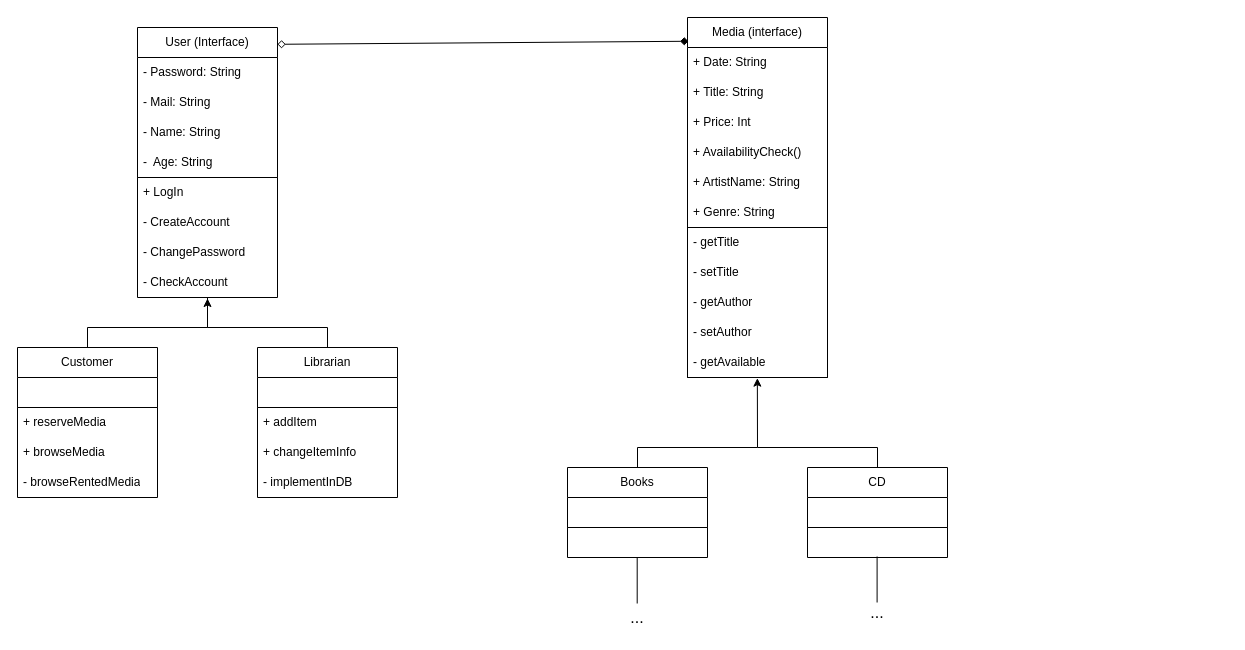
Earlier version of the draw.io diagram Dokumentation/diagrams/class_library.drawio (sraosha47/m226). Source tidied: cells renumbered, new cells numbered last; positions are measured from the earlier drawing's top-left corner, leaving out a move shared by most shapes. Both pictures are drawn from the tidied source at 100%, with x=0, y=0 at pixel (17, 17).
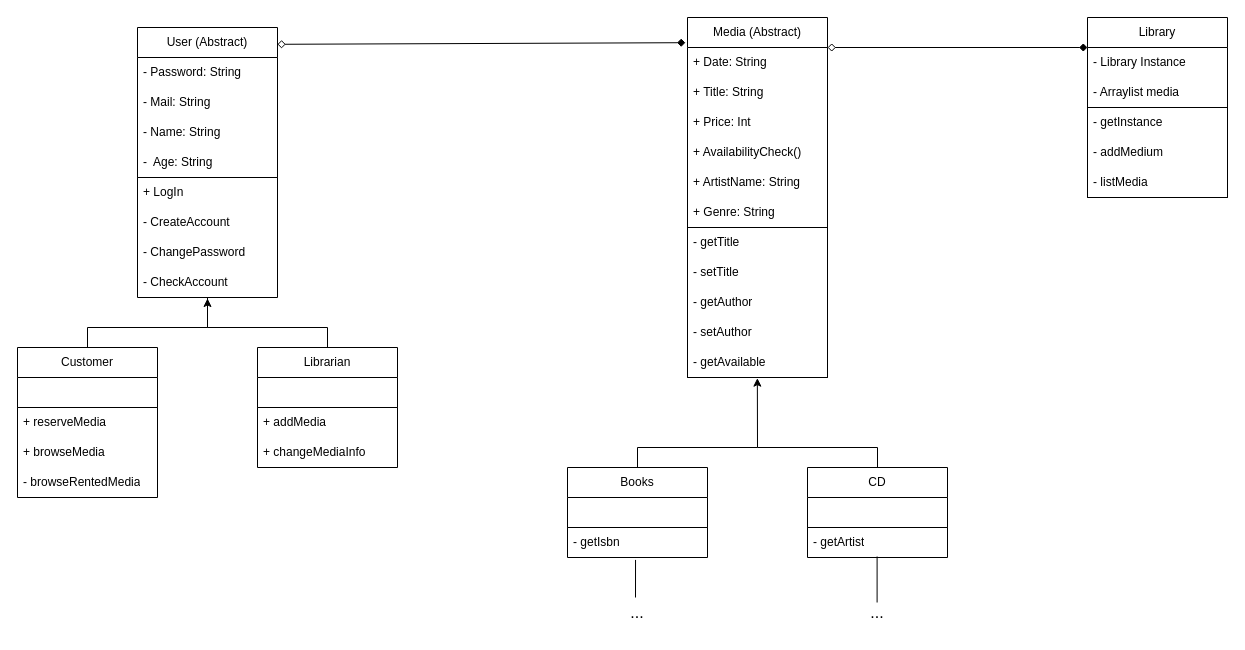
After the change.

The change refers to these unchanged cells:
```xml
<mxCell id="22" style="swimlane;fontStyle=0;horizontal=1;startSize=0;whiteSpace=wrap;html=1;" parent="1" vertex="1">
  <mxGeometry x="550" y="510" width="140" height="30" as="geometry" />
</mxCell>
<mxCell id="25" style="swimlane;fontStyle=0;horizontal=1;startSize=0;whiteSpace=wrap;html=1;" parent="1" vertex="1">
  <mxGeometry x="790" y="510" width="140" height="30" as="geometry" />
</mxCell>
```

Change to the diagram source:
```diff
@@
-    <mxCell id="2" value="User (Interface)" style="swimlane;fontStyle=0;horizontal=1;startSize=30;whiteSpace=wrap;html=1;" parent="1" vertex="1">
+    <mxCell id="2" value="User (Abstract)" style="swimlane;fontStyle=0;horizontal=1;startSize=30;whiteSpace=wrap;html=1;" parent="1" vertex="1">
       <mxGeometry x="120" y="10" width="140" height="150" as="geometry" />
     </mxCell>
@@
-    <mxCell id="7" value="Media (interface)" style="swimlane;fontStyle=0;horizontal=1;startSize=30;whiteSpace=wrap;html=1;" parent="1" vertex="1">
+    <mxCell id="7" value="Media (Abstract)" style="swimlane;fontStyle=0;horizontal=1;startSize=30;whiteSpace=wrap;html=1;" parent="1" vertex="1">
       <mxGeometry x="670" width="140" height="360" as="geometry" />
     </mxCell>
@@
+    <mxCell id="48" value="- getIsbn" style="text;strokeColor=none;fillColor=none;align=left;verticalAlign=middle;spacingLeft=4;spacingRight=4;overflow=hidden;points=[[0,0.5],[1,0.5]];portConstraint=eastwest;whiteSpace=wrap;html=1;" parent="22" vertex="1">
+      <mxGeometry width="140" height="30" as="geometry" />
+    </mxCell>
@@
+    <mxCell id="49" value="- getArtist" style="text;strokeColor=none;fillColor=none;align=left;verticalAlign=middle;spacingLeft=4;spacingRight=4;overflow=hidden;whiteSpace=wrap;html=1;" parent="25" vertex="1">
+      <mxGeometry width="140" height="30" as="geometry" />
+    </mxCell>
@@
     <mxCell id="34" style="swimlane;fontStyle=0;horizontal=1;startSize=0;whiteSpace=wrap;html=1;" parent="1" vertex="1">
-      <mxGeometry x="240" y="390" width="140" height="90" as="geometry" />
+      <mxGeometry x="240" y="390" width="140" height="60" as="geometry" />
     </mxCell>
-    <mxCell id="35" value="+ addItem" style="text;strokeColor=none;fillColor=none;align=left;verticalAlign=middle;spacingLeft=4;spacingRight=4;overflow=hidden;whiteSpace=wrap;html=1;" parent="34" vertex="1">
+    <mxCell id="35" value="+ addMedia" style="text;strokeColor=none;fillColor=none;align=left;verticalAlign=middle;spacingLeft=4;spacingRight=4;overflow=hidden;whiteSpace=wrap;html=1;" parent="34" vertex="1">
       <mxGeometry width="140" height="30" as="geometry" />
     </mxCell>
-    <mxCell id="36" value="+ changeItemInfo" style="text;strokeColor=none;fillColor=none;align=left;verticalAlign=middle;spacingLeft=4;spacingRight=4;overflow=hidden;whiteSpace=wrap;html=1;" parent="34" vertex="1">
+    <mxCell id="36" value="+ changeMediaInfo" style="text;strokeColor=none;fillColor=none;align=left;verticalAlign=middle;spacingLeft=4;spacingRight=4;overflow=hidden;whiteSpace=wrap;html=1;" parent="34" vertex="1">
       <mxGeometry y="30" width="140" height="30" as="geometry" />
     </mxCell>
-    <mxCell id="37" value="- implementInDB" style="text;strokeColor=none;fillColor=none;align=left;verticalAlign=middle;spacingLeft=4;spacingRight=4;overflow=hidden;whiteSpace=wrap;html=1;" parent="34" vertex="1">
-      <mxGeometry y="60" width="140" height="30" as="geometry" />
-    </mxCell>
-    <mxCell id="38" style="endArrow=diamond;html=1;rounded=0;entryX=0.007;entryY=0.066;entryDx=0;entryDy=0;entryPerimeter=0;exitX=0.999;exitY=0.112;exitDx=0;exitDy=0;exitPerimeter=0;startArrow=diamond;startFill=0;endFill=1;" parent="1" edge="1" source="2" target="7">
+    <mxCell id="38" style="endArrow=diamond;html=1;rounded=0;entryX=-0.015;entryY=0.07;entryDx=0;entryDy=0;entryPerimeter=0;exitX=0.999;exitY=0.112;exitDx=0;exitDy=0;exitPerimeter=0;startArrow=diamond;startFill=0;endFill=1;" parent="1" edge="1" source="2" target="7">
       <mxGeometry relative="1" as="geometry" />
     </mxCell>
@@
-    <mxCell id="41" style="endArrow=none;html=1;rounded=0;exitX=0.5;exitY=1.061;exitDx=0;exitDy=0;exitPerimeter=0;" parent="1" edge="1">
+    <mxCell id="41" style="endArrow=none;html=1;rounded=0;exitX=0.486;exitY=1.081;exitDx=0;exitDy=0;exitPerimeter=0;" parent="1" edge="1" source="48">
       <mxGeometry relative="1" as="geometry">
-        <mxPoint x="619.7" y="540" as="sourcePoint" />
-        <mxPoint x="619.7" y="586" as="targetPoint" />
+        <mxPoint x="618" y="580" as="targetPoint" />
       </mxGeometry>
     </mxCell>
     <mxCell id="42" value="&lt;font style=&quot;font-size: 16px;&quot;&gt;...&lt;/font&gt;" style="text;html=1;strokeColor=none;fillColor=none;align=center;verticalAlign=middle;whiteSpace=wrap;rounded=0;" parent="1" vertex="1">
-      <mxGeometry x="590" y="585" width="60" height="30" as="geometry" />
+      <mxGeometry x="590" y="580" width="60" height="30" as="geometry" />
     </mxCell>
@@
+    <mxCell id="50" value="Library" style="swimlane;fontStyle=0;horizontal=1;startSize=30;whiteSpace=wrap;html=1;" parent="1" vertex="1">
+      <mxGeometry x="1070" width="140" height="180" as="geometry" />
+    </mxCell>
+    <mxCell id="51" value="- Library Instance" style="text;strokeColor=none;fillColor=none;align=left;verticalAlign=middle;spacingLeft=4;spacingRight=4;overflow=hidden;whiteSpace=wrap;html=1;" parent="50" vertex="1">
+      <mxGeometry y="30" width="140" height="30" as="geometry" />
+    </mxCell>
+    <mxCell id="52" value="- Arraylist media" style="text;strokeColor=none;fillColor=none;align=left;verticalAlign=middle;spacingLeft=4;spacingRight=4;overflow=hidden;whiteSpace=wrap;html=1;" parent="50" vertex="1">
+      <mxGeometry y="60" width="140" height="30" as="geometry" />
+    </mxCell>
+    <mxCell id="53" style="swimlane;fontStyle=0;horizontal=1;startSize=0;whiteSpace=wrap;html=1;" parent="50" vertex="1">
+      <mxGeometry y="90" width="140" height="90" as="geometry" />
+    </mxCell>
+    <mxCell id="54" value="- getInstance" style="text;strokeColor=none;fillColor=none;align=left;verticalAlign=middle;spacingLeft=4;spacingRight=4;overflow=hidden;whiteSpace=wrap;html=1;" parent="53" vertex="1">
+      <mxGeometry width="140" height="30" as="geometry" />
+    </mxCell>
+    <mxCell id="55" value="- addMedium" style="text;strokeColor=none;fillColor=none;align=left;verticalAlign=middle;spacingLeft=4;spacingRight=4;overflow=hidden;whiteSpace=wrap;html=1;" parent="53" vertex="1">
+      <mxGeometry y="30" width="140" height="30" as="geometry" />
+    </mxCell>
+    <mxCell id="56" value="- listMedia" style="text;strokeColor=none;fillColor=none;align=left;verticalAlign=middle;spacingLeft=4;spacingRight=4;overflow=hidden;whiteSpace=wrap;html=1;" parent="53" vertex="1">
+      <mxGeometry y="60" width="140" height="30" as="geometry" />
+    </mxCell>
+    <mxCell id="57" style="endArrow=diamond;html=1;rounded=0;startArrow=diamond;startFill=0;endFill=1;" parent="1" edge="1">
+      <mxGeometry relative="1" as="geometry">
+        <mxPoint x="810" y="30" as="sourcePoint" />
+        <mxPoint x="1070" y="30" as="targetPoint" />
+      </mxGeometry>
+    </mxCell>
```
